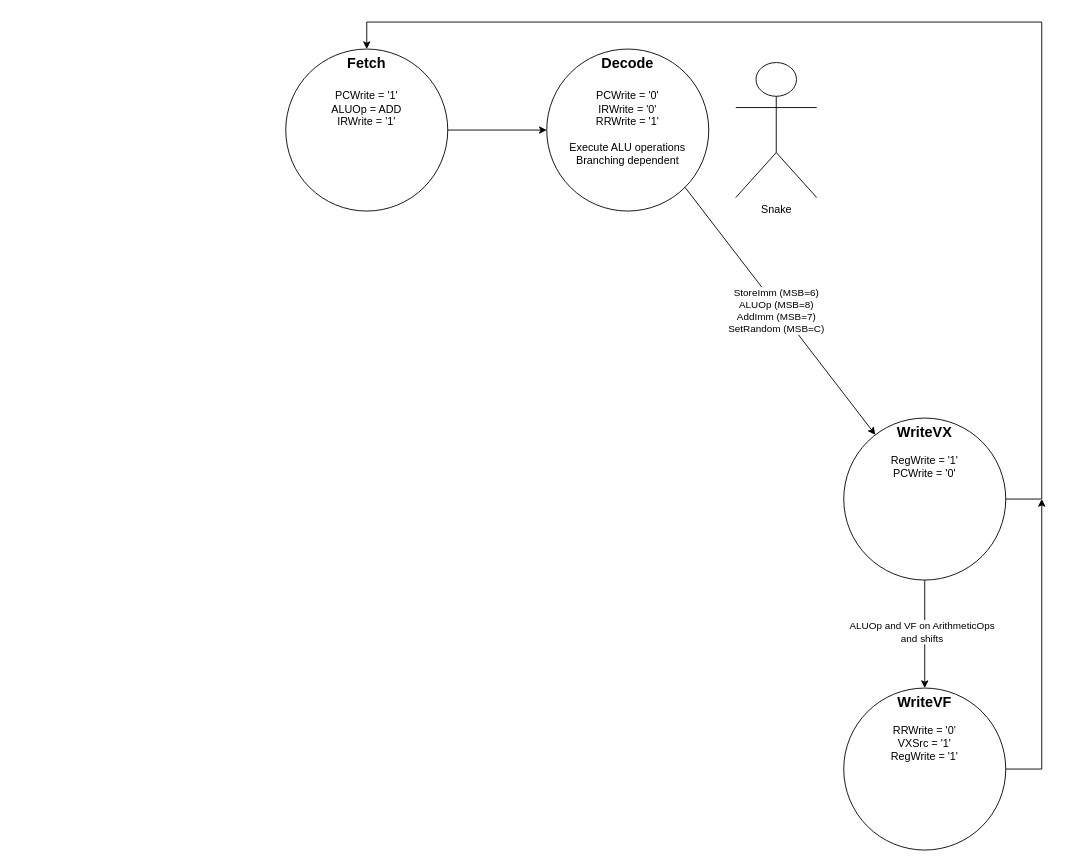
Before: docs/InstructionDecoder_StateMachine.drawio in Rutele/VChip8, a draw.io diagram. Source tidied: cells renumbered, new cells numbered last; positions are measured from the earlier drawing's top-left corner, leaving out a move shared by most shapes. Both pictures are drawn from the tidied source at 90%, with x=0, y=0 at pixel (285, 22).
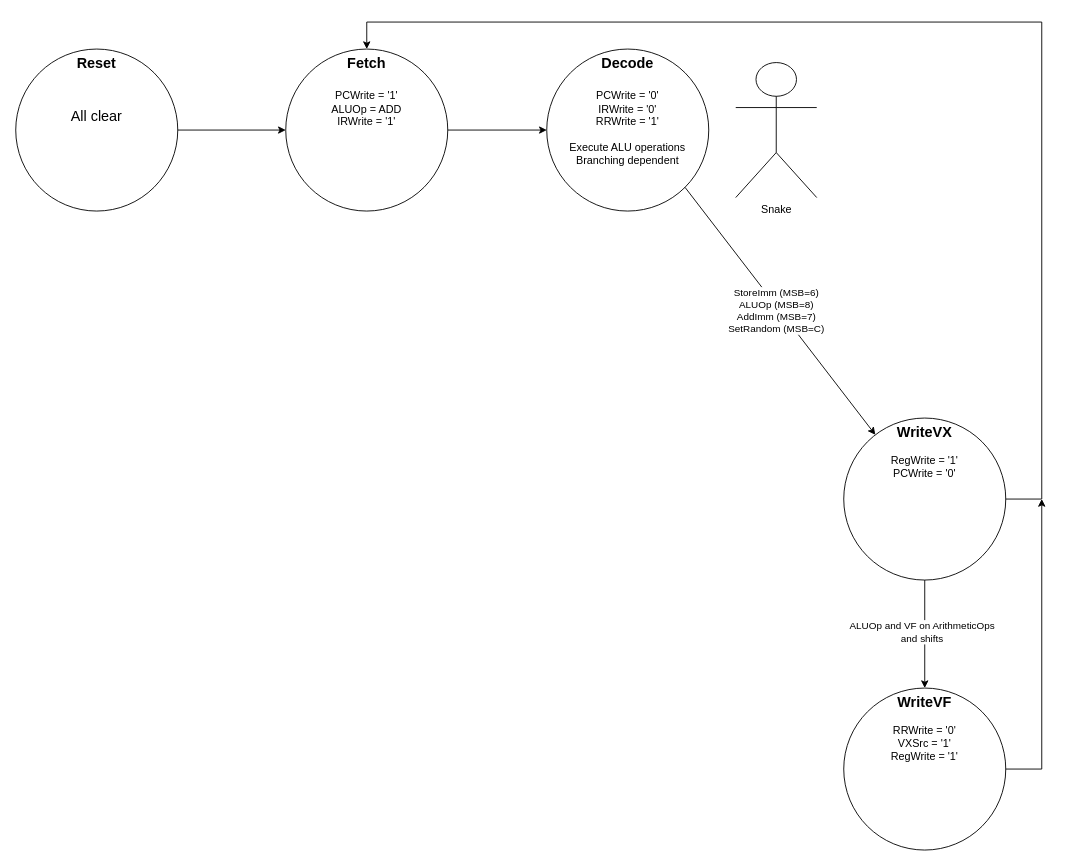
The same page after the edit.

The change refers to these unchanged cells:
```xml
<mxCell id="2" value="&lt;b&gt;&lt;font style=&quot;font-size: 16px;&quot;&gt;Fetch&lt;/font&gt;&lt;/b&gt;&lt;div&gt;&lt;span style=&quot;font-size: 16px;&quot;&gt;&lt;b&gt;&lt;br&gt;&lt;/b&gt;&lt;/span&gt;&lt;div&gt;&lt;div&gt;PCWrite = '1'&lt;/div&gt;&lt;/div&gt;&lt;/div&gt;&lt;div&gt;ALUOp = ADD&lt;/div&gt;&lt;div&gt;IRWrite = '1'&lt;/div&gt;&lt;div&gt;&lt;br&gt;&lt;/div&gt;" style="ellipse;whiteSpace=wrap;html=1;verticalAlign=top;" parent="1" vertex="1">
  <mxGeometry y="30" width="180" height="180" as="geometry" />
</mxCell>
```

Diff of the diagram source:
```diff
@@
+    <mxCell id="14" value="&lt;b&gt;&lt;font style=&quot;font-size: 16px;&quot;&gt;Reset&lt;/font&gt;&lt;/b&gt;&lt;div&gt;&lt;span style=&quot;font-size: 16px;&quot;&gt;&lt;b&gt;&lt;br&gt;&lt;/b&gt;&lt;/span&gt;&lt;/div&gt;&lt;div&gt;&lt;span style=&quot;font-size: 16px;&quot;&gt;&lt;b&gt;&lt;br&gt;&lt;/b&gt;&lt;/span&gt;&lt;/div&gt;&lt;div&gt;&lt;span style=&quot;font-size: 16px;&quot;&gt;All clear&lt;br&gt;&lt;/span&gt;&lt;div&gt;&lt;br&gt;&lt;/div&gt;&lt;/div&gt;" style="ellipse;whiteSpace=wrap;html=1;verticalAlign=top;" parent="1" vertex="1">
+      <mxGeometry x="-300" y="30" width="180" height="180" as="geometry" />
+    </mxCell>
+    <mxCell id="15" style="endArrow=classic;html=1;rounded=0;exitX=1;exitY=0.5;exitDx=0;exitDy=0;entryX=0;entryY=0.5;entryDx=0;entryDy=0;" parent="1" edge="1" source="14" target="2">
+      <mxGeometry relative="1" as="geometry" />
+    </mxCell>
```
